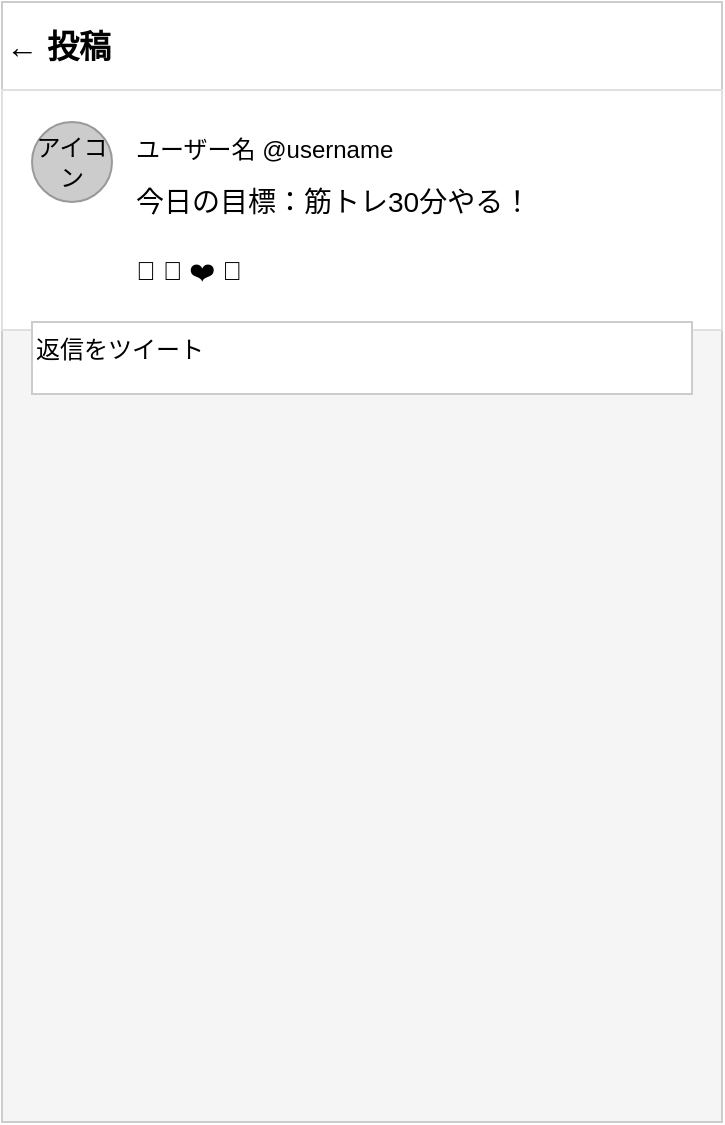
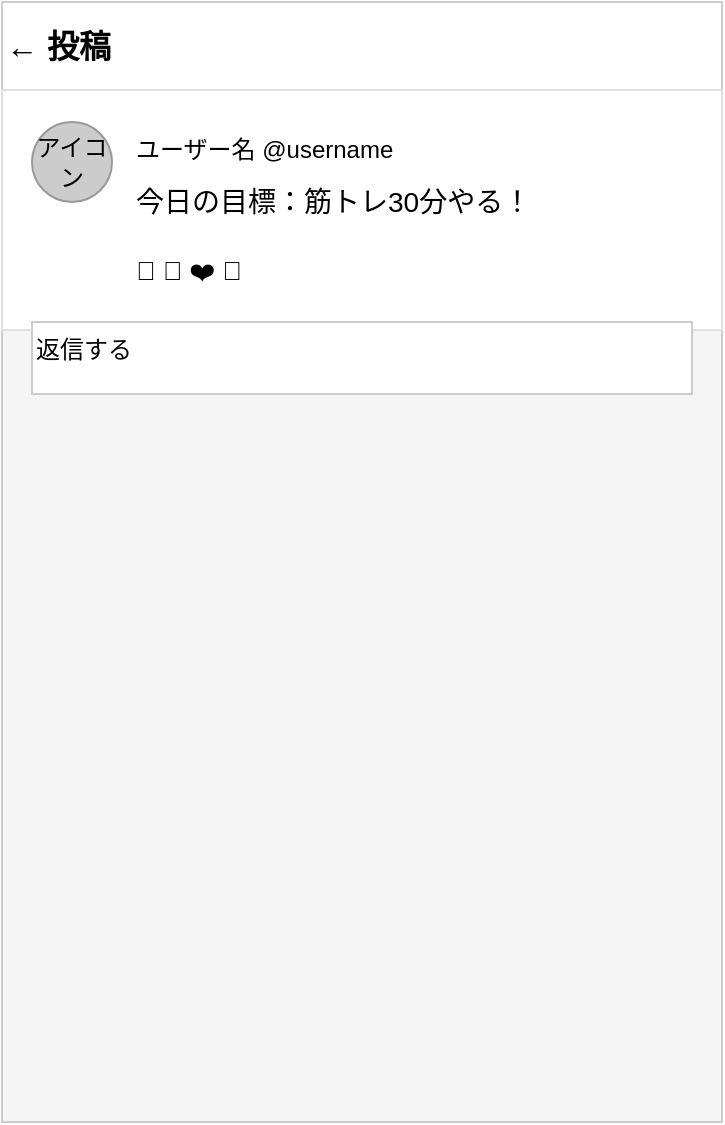
<?xml version="1.0" encoding="UTF-8"?>
<mxfile host="app.diagrams.net">
  <diagram name="投稿詳細画面" id="post-detail">
    <mxGraphModel dx="800" dy="600" grid="1" gridSize="10">
      <root>
        <mxCell id="0" />
        <mxCell id="1" parent="0" />
        <!-- 画面枠 -->
        <mxCell id="2" value="" style="rounded=0;whiteSpace=wrap;html=1;fillColor=#f5f5f5;strokeColor=#cccccc;" vertex="1" parent="1">
          <mxGeometry x="40" y="40" width="360" height="560" as="geometry" />
        </mxCell>
        <!-- ヘッダー -->
        <mxCell id="3" value="← 投稿" style="text;html=1;fontSize=16;fontStyle=1;align=left;verticalAlign=middle;fillColor=#ffffff;strokeColor=#cccccc;" vertex="1" parent="1">
          <mxGeometry x="40" y="40" width="360" height="44" as="geometry" />
        </mxCell>
        <!-- 投稿本文 -->
        <mxCell id="4" value="" style="rounded=0;whiteSpace=wrap;html=1;fillColor=#ffffff;strokeColor=#e0e0e0;" vertex="1" parent="1">
          <mxGeometry x="40" y="84" width="360" height="120" as="geometry" />
        </mxCell>
        <mxCell id="5" value="アイコン" style="ellipse;whiteSpace=wrap;html=1;fillColor=#cccccc;strokeColor=#999999;" vertex="1" parent="1">
          <mxGeometry x="55" y="100" width="40" height="40" as="geometry" />
        </mxCell>
        <mxCell id="6" value="ユーザー名 @username" style="text;html=1;fontSize=12;fillColor=none;" vertex="1" parent="1">
          <mxGeometry x="105" y="100" width="200" height="16" as="geometry" />
        </mxCell>
        <mxCell id="7" value="今日の目標：筋トレ30分やる！" style="text;html=1;fontSize=14;fillColor=none;" vertex="1" parent="1">
          <mxGeometry x="105" y="125" width="240" height="30" as="geometry" />
        </mxCell>
        <!-- アクション -->
        <mxCell id="8" value="💬  🔁  ❤️  🎉" style="text;html=1;fontSize=13;fillColor=none;" vertex="1" parent="1">
          <mxGeometry x="105" y="160" width="240" height="20" as="geometry" />
        </mxCell>
        <!-- コメント入力 -->
-         <mxCell id="9" value="返信をツイート" style="text;html=1;fontSize=12;fillColor=#ffffff;strokeColor=#cccccc;" vertex="1" parent="1">
+         <mxCell id="9" value="返信する" style="text;html=1;fontSize=12;fillColor=#ffffff;strokeColor=#cccccc;" vertex="1" parent="1">
          <mxGeometry x="55" y="200" width="330" height="36" as="geometry" />
        </mxCell>
      </root>
    </mxGraphModel>
  </diagram>
</mxfile>